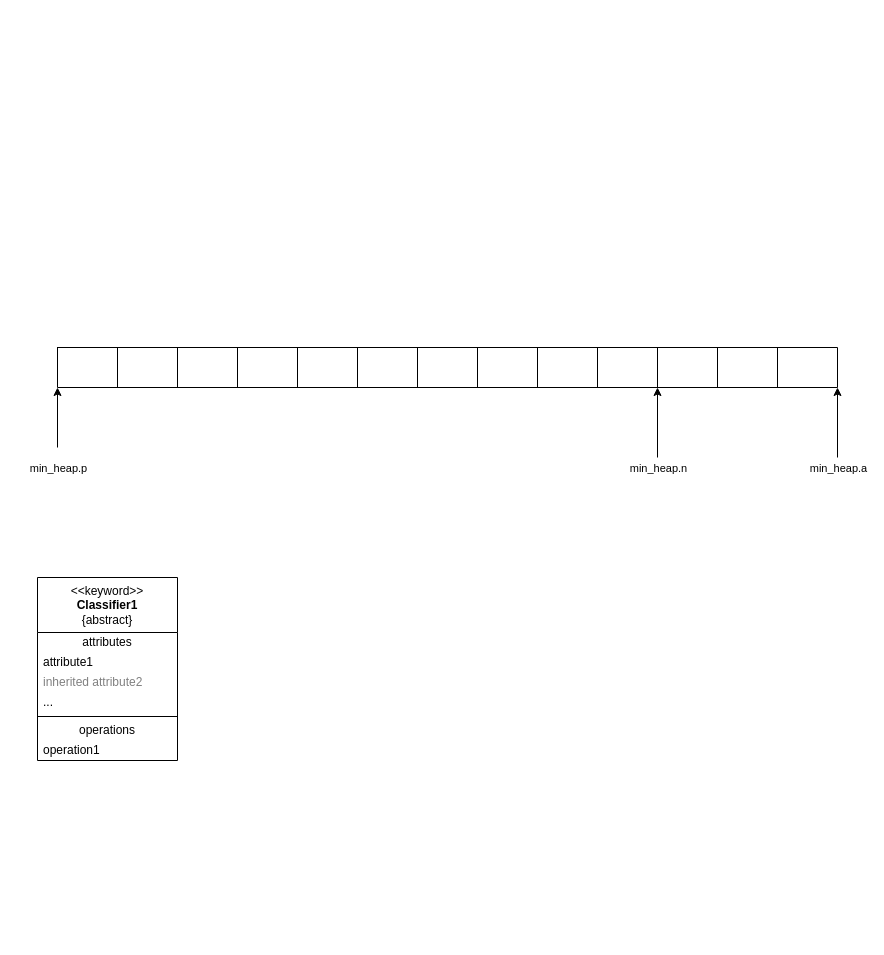
Earlier version of the draw.io diagram pics/未命名绘图.drawio (hhwe/hhwe.github.io). Source tidied: cells renumbered, new cells numbered last; positions are measured from the earlier drawing's top-left corner, leaving out a move shared by most shapes. Both pictures are drawn from the tidied source at 100%, with x=0, y=0 at pixel (37, 347).
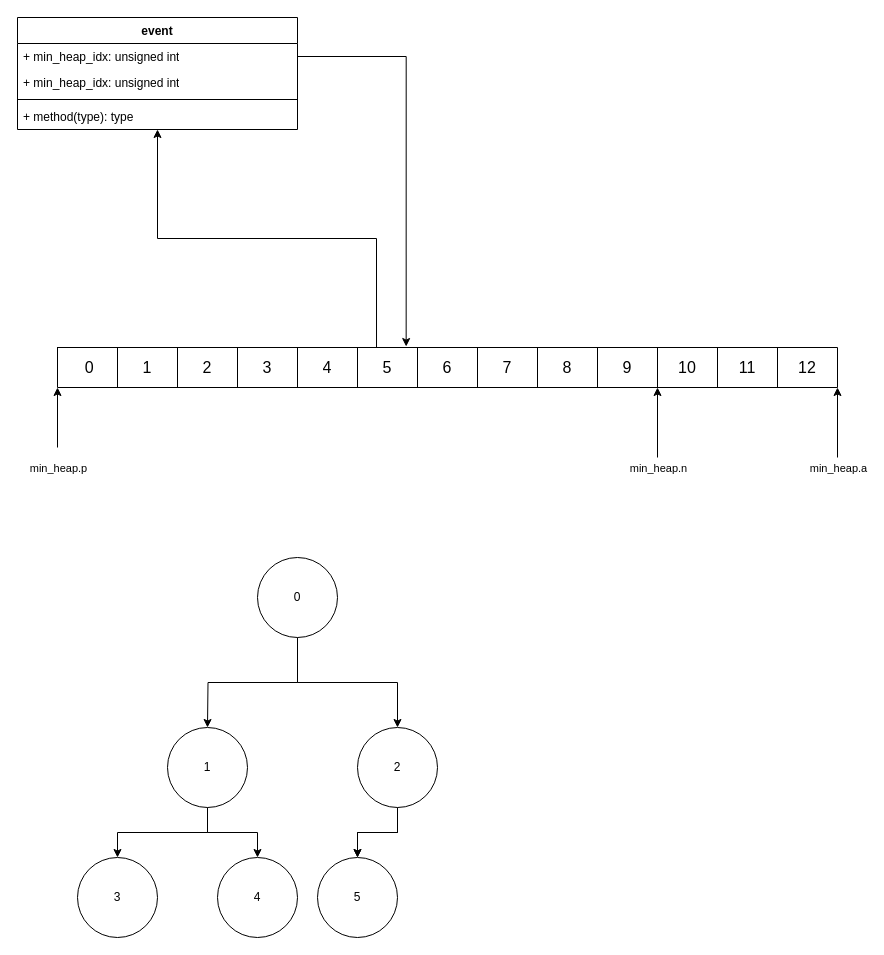
The same page after the edit.

Commit message:
更新未命名绘图.drawio

Unchanged cells that the change refers to:
```xml
<mxCell id="3" style="shape=tableRow;horizontal=0;startSize=0;swimlaneHead=0;swimlaneBody=0;strokeColor=inherit;top=0;left=0;bottom=0;right=0;fillColor=none;points=[[0,0.5],[1,0.5]];portConstraint=eastwest;fontSize=16;" parent="2" vertex="1">
  <mxGeometry width="780" height="40" as="geometry" />
</mxCell>
```

The edit, as a diff of the source:
```diff
@@
+    <mxCell id="31" style="edgeStyle=orthogonalEdgeStyle;rounded=0;jettySize=auto;html=1;exitX=0.409;exitY=0.025;exitDx=0;exitDy=0;exitPerimeter=0;" parent="1" edge="1" source="3" target="32">
+      <mxGeometry relative="1" as="geometry" />
+    </mxCell>
@@
-    <mxCell id="4" style="shape=partialRectangle;html=1;whiteSpace=wrap;strokeColor=inherit;overflow=hidden;fillColor=none;top=0;left=0;bottom=0;right=0;fontSize=16;" parent="3" vertex="1">
+    <mxCell id="4" value="&amp;nbsp;0" style="shape=partialRectangle;html=1;whiteSpace=wrap;strokeColor=inherit;overflow=hidden;fillColor=none;top=0;left=0;bottom=0;right=0;fontSize=16;" parent="3" vertex="1">
       <mxGeometry width="60" height="40" as="geometry" />
     </mxCell>
-    <mxCell id="5" style="shape=partialRectangle;html=1;whiteSpace=wrap;strokeColor=inherit;overflow=hidden;fillColor=none;top=0;left=0;bottom=0;right=0;fontSize=16;" parent="3" vertex="1">
+    <mxCell id="5" value="1" style="shape=partialRectangle;html=1;whiteSpace=wrap;strokeColor=inherit;overflow=hidden;fillColor=none;top=0;left=0;bottom=0;right=0;fontSize=16;" parent="3" vertex="1">
       <mxGeometry x="60" width="60" height="40" as="geometry" />
     </mxCell>
-    <mxCell id="6" style="shape=partialRectangle;html=1;whiteSpace=wrap;strokeColor=inherit;overflow=hidden;fillColor=none;top=0;left=0;bottom=0;right=0;fontSize=16;" parent="3" vertex="1">
+    <mxCell id="6" value="2" style="shape=partialRectangle;html=1;whiteSpace=wrap;strokeColor=inherit;overflow=hidden;fillColor=none;top=0;left=0;bottom=0;right=0;fontSize=16;" parent="3" vertex="1">
       <mxGeometry x="120" width="60" height="40" as="geometry" />
     </mxCell>
-    <mxCell id="7" style="shape=partialRectangle;html=1;whiteSpace=wrap;strokeColor=inherit;overflow=hidden;fillColor=none;top=0;left=0;bottom=0;right=0;fontSize=16;" parent="3" vertex="1">
+    <mxCell id="7" value="3" style="shape=partialRectangle;html=1;whiteSpace=wrap;strokeColor=inherit;overflow=hidden;fillColor=none;top=0;left=0;bottom=0;right=0;fontSize=16;" parent="3" vertex="1">
       <mxGeometry x="180" width="60" height="40" as="geometry" />
     </mxCell>
-    <mxCell id="8" style="shape=partialRectangle;html=1;whiteSpace=wrap;strokeColor=inherit;overflow=hidden;fillColor=none;top=0;left=0;bottom=0;right=0;fontSize=16;" parent="3" vertex="1">
+    <mxCell id="8" value="4" style="shape=partialRectangle;html=1;whiteSpace=wrap;strokeColor=inherit;overflow=hidden;fillColor=none;top=0;left=0;bottom=0;right=0;fontSize=16;" parent="3" vertex="1">
       <mxGeometry x="240" width="60" height="40" as="geometry" />
     </mxCell>
-    <mxCell id="9" style="shape=partialRectangle;html=1;whiteSpace=wrap;strokeColor=inherit;overflow=hidden;fillColor=none;top=0;left=0;bottom=0;right=0;fontSize=16;" parent="3" vertex="1">
+    <mxCell id="9" value="5" style="shape=partialRectangle;html=1;whiteSpace=wrap;strokeColor=inherit;overflow=hidden;fillColor=none;top=0;left=0;bottom=0;right=0;fontSize=16;" parent="3" vertex="1">
       <mxGeometry x="300" width="60" height="40" as="geometry" />
     </mxCell>
-    <mxCell id="10" style="shape=partialRectangle;html=1;whiteSpace=wrap;strokeColor=inherit;overflow=hidden;fillColor=none;top=0;left=0;bottom=0;right=0;fontSize=16;" parent="3" vertex="1">
+    <mxCell id="10" value="6" style="shape=partialRectangle;html=1;whiteSpace=wrap;strokeColor=inherit;overflow=hidden;fillColor=none;top=0;left=0;bottom=0;right=0;fontSize=16;" parent="3" vertex="1">
       <mxGeometry x="360" width="60" height="40" as="geometry" />
     </mxCell>
-    <mxCell id="11" style="shape=partialRectangle;html=1;whiteSpace=wrap;strokeColor=inherit;overflow=hidden;fillColor=none;top=0;left=0;bottom=0;right=0;fontSize=16;" parent="3" vertex="1">
+    <mxCell id="11" value="7" style="shape=partialRectangle;html=1;whiteSpace=wrap;strokeColor=inherit;overflow=hidden;fillColor=none;top=0;left=0;bottom=0;right=0;fontSize=16;" parent="3" vertex="1">
       <mxGeometry x="420" width="60" height="40" as="geometry" />
     </mxCell>
-    <mxCell id="12" style="shape=partialRectangle;html=1;whiteSpace=wrap;strokeColor=inherit;overflow=hidden;fillColor=none;top=0;left=0;bottom=0;right=0;fontSize=16;" parent="3" vertex="1">
+    <mxCell id="12" value="8" style="shape=partialRectangle;html=1;whiteSpace=wrap;strokeColor=inherit;overflow=hidden;fillColor=none;top=0;left=0;bottom=0;right=0;fontSize=16;" parent="3" vertex="1">
       <mxGeometry x="480" width="60" height="40" as="geometry" />
     </mxCell>
-    <mxCell id="13" style="shape=partialRectangle;html=1;whiteSpace=wrap;strokeColor=inherit;overflow=hidden;fillColor=none;top=0;left=0;bottom=0;right=0;fontSize=16;" parent="3" vertex="1">
+    <mxCell id="13" value="9" style="shape=partialRectangle;html=1;whiteSpace=wrap;strokeColor=inherit;overflow=hidden;fillColor=none;top=0;left=0;bottom=0;right=0;fontSize=16;" parent="3" vertex="1">
       <mxGeometry x="540" width="60" height="40" as="geometry" />
     </mxCell>
-    <mxCell id="14" style="shape=partialRectangle;html=1;whiteSpace=wrap;strokeColor=inherit;overflow=hidden;fillColor=none;top=0;left=0;bottom=0;right=0;fontSize=16;" parent="3" vertex="1">
+    <mxCell id="14" value="10" style="shape=partialRectangle;html=1;whiteSpace=wrap;strokeColor=inherit;overflow=hidden;fillColor=none;top=0;left=0;bottom=0;right=0;fontSize=16;" parent="3" vertex="1">
       <mxGeometry x="600" width="60" height="40" as="geometry" />
     </mxCell>
-    <mxCell id="15" style="shape=partialRectangle;html=1;whiteSpace=wrap;strokeColor=inherit;overflow=hidden;fillColor=none;top=0;left=0;bottom=0;right=0;fontSize=16;" parent="3" vertex="1">
+    <mxCell id="15" value="11" style="shape=partialRectangle;html=1;whiteSpace=wrap;strokeColor=inherit;overflow=hidden;fillColor=none;top=0;left=0;bottom=0;right=0;fontSize=16;" parent="3" vertex="1">
       <mxGeometry x="660" width="60" height="40" as="geometry" />
     </mxCell>
-    <mxCell id="16" style="shape=partialRectangle;html=1;whiteSpace=wrap;strokeColor=inherit;overflow=hidden;fillColor=none;top=0;left=0;bottom=0;right=0;fontSize=16;" parent="3" vertex="1">
+    <mxCell id="16" value="12" style="shape=partialRectangle;html=1;whiteSpace=wrap;strokeColor=inherit;overflow=hidden;fillColor=none;top=0;left=0;bottom=0;right=0;fontSize=16;" parent="3" vertex="1">
       <mxGeometry x="720" width="60" height="40" as="geometry" />
     </mxCell>
@@
-    <mxCell id="23" value="&amp;lt;&amp;lt;keyword&amp;gt;&amp;gt;&lt;br&gt;&lt;b&gt;Classifier1&lt;/b&gt;&lt;br&gt;{abstract}" style="swimlane;fontStyle=0;align=center;verticalAlign=top;horizontal=1;startSize=55;html=1;whiteSpace=wrap;" parent="1" vertex="1">
-      <mxGeometry y="230" width="140" height="183" as="geometry" />
-    </mxCell>
-    <mxCell id="24" value="attributes" style="text;html=1;strokeColor=none;fillColor=none;align=center;verticalAlign=middle;spacingLeft=4;spacingRight=4;overflow=hidden;whiteSpace=wrap;" parent="23" vertex="1">
-      <mxGeometry y="55" width="140" height="20" as="geometry" />
-    </mxCell>
-    <mxCell id="25" value="attribute1" style="text;html=1;strokeColor=none;fillColor=none;align=left;verticalAlign=middle;spacingLeft=4;spacingRight=4;overflow=hidden;whiteSpace=wrap;" parent="23" vertex="1">
-      <mxGeometry y="75" width="140" height="20" as="geometry" />
-    </mxCell>
-    <mxCell id="26" value="inherited attribute2" style="text;html=1;strokeColor=none;fillColor=none;align=left;verticalAlign=middle;spacingLeft=4;spacingRight=4;overflow=hidden;fontColor=#808080;whiteSpace=wrap;" parent="23" vertex="1">
-      <mxGeometry y="95" width="140" height="20" as="geometry" />
-    </mxCell>
-    <mxCell id="27" value="..." style="text;html=1;strokeColor=none;fillColor=none;align=left;verticalAlign=middle;spacingLeft=4;spacingRight=4;overflow=hidden;whiteSpace=wrap;" parent="23" vertex="1">
-      <mxGeometry y="115" width="140" height="20" as="geometry" />
-    </mxCell>
-    <mxCell id="28" style="line;strokeWidth=1;fillColor=none;align=left;verticalAlign=middle;spacingTop=-1;spacingLeft=3;spacingRight=3;labelPosition=right;" parent="23" vertex="1">
-      <mxGeometry y="135" width="140" height="8" as="geometry" />
-    </mxCell>
-    <mxCell id="29" value="operations" style="text;html=1;strokeColor=none;fillColor=none;align=center;verticalAlign=middle;spacingLeft=4;spacingRight=4;overflow=hidden;whiteSpace=wrap;" parent="23" vertex="1">
-      <mxGeometry y="143" width="140" height="20" as="geometry" />
-    </mxCell>
-    <mxCell id="30" value="operation1" style="text;html=1;strokeColor=none;fillColor=none;align=left;verticalAlign=middle;spacingLeft=4;spacingRight=4;overflow=hidden;whiteSpace=wrap;" parent="23" vertex="1">
-      <mxGeometry y="163" width="140" height="20" as="geometry" />
-    </mxCell>
+    <mxCell id="32" value="event" style="swimlane;fontStyle=1;align=center;verticalAlign=top;horizontal=1;startSize=26;whiteSpace=wrap;html=1;" parent="1" vertex="1">
+      <mxGeometry x="-20" y="-330" width="280" height="112" as="geometry" />
+    </mxCell>
+    <mxCell id="33" value="+ min_heap_idx: unsigned int" style="text;strokeColor=none;fillColor=none;align=left;verticalAlign=top;spacingLeft=4;spacingRight=4;overflow=hidden;points=[[0,0.5],[1,0.5]];portConstraint=eastwest;whiteSpace=wrap;html=1;" parent="32" vertex="1">
+      <mxGeometry y="26" width="280" height="26" as="geometry" />
+    </mxCell>
+    <mxCell id="34" value="+ min_heap_idx: unsigned int" style="text;strokeColor=none;fillColor=none;align=left;verticalAlign=top;spacingLeft=4;spacingRight=4;overflow=hidden;whiteSpace=wrap;html=1;" parent="32" vertex="1">
+      <mxGeometry y="52" width="280" height="26" as="geometry" />
+    </mxCell>
+    <mxCell id="35" style="line;strokeWidth=1;fillColor=none;align=left;verticalAlign=middle;spacingTop=-1;spacingLeft=3;spacingRight=3;labelPosition=right;strokeColor=inherit;" parent="32" vertex="1">
+      <mxGeometry y="78" width="280" height="8" as="geometry" />
+    </mxCell>
+    <mxCell id="36" value="+ method(type): type" style="text;strokeColor=none;fillColor=none;align=left;verticalAlign=top;spacingLeft=4;spacingRight=4;overflow=hidden;whiteSpace=wrap;html=1;" parent="32" vertex="1">
+      <mxGeometry y="86" width="280" height="26" as="geometry" />
+    </mxCell>
+    <mxCell id="37" style="edgeStyle=orthogonalEdgeStyle;rounded=0;jettySize=auto;html=1;entryX=0.447;entryY=-0.025;entryDx=0;entryDy=0;entryPerimeter=0;" parent="1" edge="1" source="33" target="3">
+      <mxGeometry relative="1" as="geometry" />
+    </mxCell>
+    <mxCell id="38" style="edgeStyle=orthogonalEdgeStyle;rounded=0;jettySize=auto;html=1;exitX=0.5;exitY=1;exitDx=0;exitDy=0;" parent="1" edge="1" source="40">
+      <mxGeometry relative="1" as="geometry">
+        <mxPoint x="170" y="380" as="targetPoint" />
+      </mxGeometry>
+    </mxCell>
+    <mxCell id="39" style="edgeStyle=orthogonalEdgeStyle;rounded=0;jettySize=auto;html=1;entryX=0.5;entryY=0;entryDx=0;entryDy=0;exitX=0.5;exitY=1;exitDx=0;exitDy=0;" parent="1" edge="1" source="40" target="46">
+      <mxGeometry relative="1" as="geometry" />
+    </mxCell>
+    <mxCell id="40" value="0" style="ellipse;whiteSpace=wrap;html=1;" parent="1" vertex="1">
+      <mxGeometry x="220" y="210" width="80" height="80" as="geometry" />
+    </mxCell>
+    <mxCell id="41" style="edgeStyle=orthogonalEdgeStyle;rounded=0;jettySize=auto;html=1;exitX=0.5;exitY=1;exitDx=0;exitDy=0;" parent="1" edge="1" source="43" target="47">
+      <mxGeometry relative="1" as="geometry" />
+    </mxCell>
+    <mxCell id="42" style="edgeStyle=orthogonalEdgeStyle;rounded=0;jettySize=auto;html=1;" parent="1" edge="1" source="43" target="48">
+      <mxGeometry relative="1" as="geometry" />
+    </mxCell>
+    <mxCell id="43" value="1" style="ellipse;whiteSpace=wrap;html=1;" parent="1" vertex="1">
+      <mxGeometry x="130" y="380" width="80" height="80" as="geometry" />
+    </mxCell>
+    <mxCell id="44" style="edgeStyle=orthogonalEdgeStyle;rounded=0;jettySize=auto;html=1;" parent="1" edge="1" source="46" target="49">
+      <mxGeometry relative="1" as="geometry" />
+    </mxCell>
+    <mxCell id="45" style="edgeStyle=orthogonalEdgeStyle;rounded=0;jettySize=auto;html=1;" parent="1" edge="1" source="46" target="49">
+      <mxGeometry relative="1" as="geometry" />
+    </mxCell>
+    <mxCell id="46" value="2" style="ellipse;whiteSpace=wrap;html=1;" parent="1" vertex="1">
+      <mxGeometry x="320" y="380" width="80" height="80" as="geometry" />
+    </mxCell>
+    <mxCell id="47" value="3" style="ellipse;whiteSpace=wrap;html=1;" parent="1" vertex="1">
+      <mxGeometry x="40" y="510" width="80" height="80" as="geometry" />
+    </mxCell>
+    <mxCell id="48" value="4" style="ellipse;whiteSpace=wrap;html=1;" parent="1" vertex="1">
+      <mxGeometry x="180" y="510" width="80" height="80" as="geometry" />
+    </mxCell>
+    <mxCell id="49" value="5" style="ellipse;whiteSpace=wrap;html=1;" parent="1" vertex="1">
+      <mxGeometry x="280" y="510" width="80" height="80" as="geometry" />
+    </mxCell>
```
